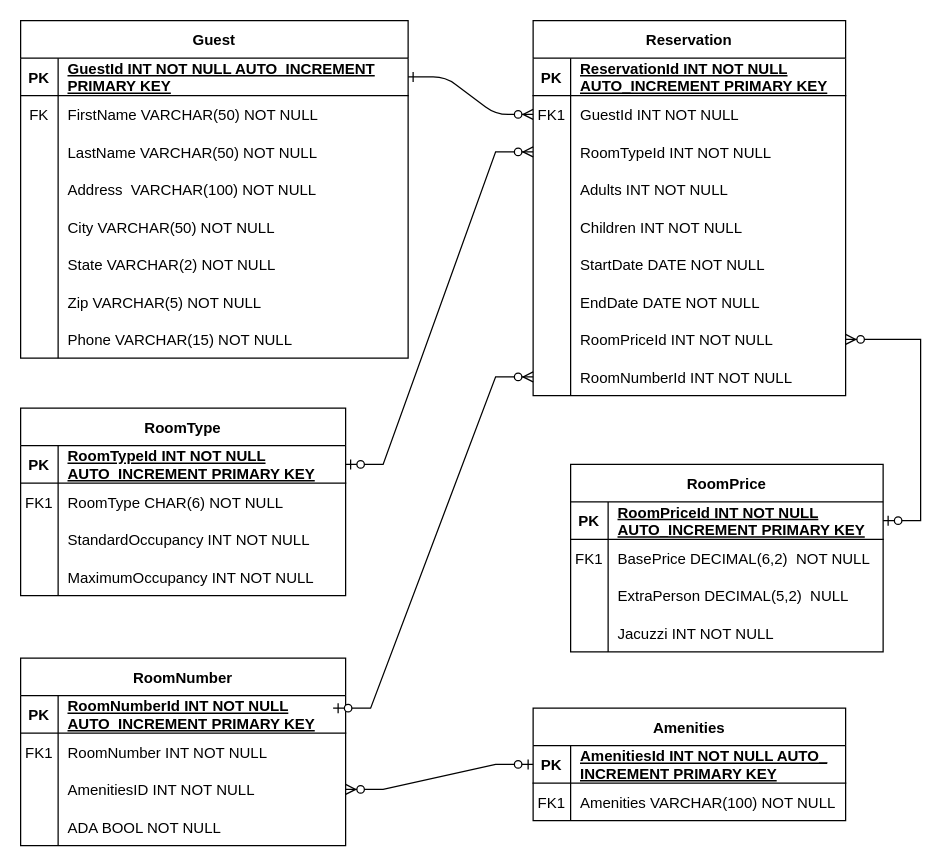
Earlier version of the draw.io diagram ERD_Hotel.drawio (adserk/c217_sql). Source tidied: cells renumbered, new cells numbered last; positions are measured from the earlier drawing's top-left corner, leaving out a move shared by most shapes. Both pictures are drawn from the tidied source at 125%, with x=0, y=0 at pixel (20, 20).
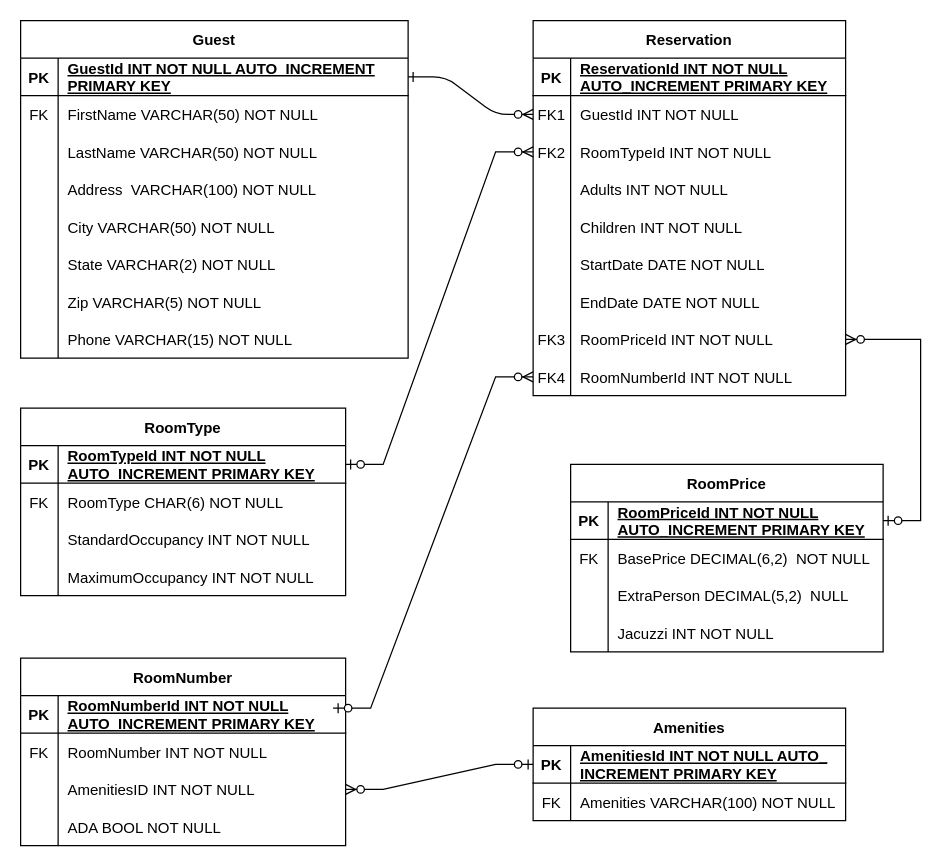
After the change.

The change refers to these unchanged cells:
```xml
<mxCell id="10" style="shape=partialRectangle;fillColor=none;points=[[0,0.5],[1,0.5]];portConstraint=eastwest;top=0;left=0;right=0;bottom=0;" parent="3" vertex="1">
  <mxGeometry y="90" width="250" height="30" as="geometry" />
</mxCell>
<mxCell id="25" style="shape=partialRectangle;fillColor=none;points=[[0,0.5],[1,0.5]];portConstraint=eastwest;top=0;left=0;right=0;bottom=0;" parent="3" vertex="1">
  <mxGeometry y="240" width="250" height="30" as="geometry" />
</mxCell>
<mxCell id="28" style="shape=partialRectangle;fillColor=none;points=[[0,0.5],[1,0.5]];portConstraint=eastwest;top=0;left=0;right=0;bottom=0;" parent="3" vertex="1">
  <mxGeometry y="270" width="250" height="30" as="geometry" />
</mxCell>
<mxCell id="35" style="shape=partialRectangle;fillColor=none;top=0;left=0;right=0;bottom=0;" parent="31" vertex="1">
  <mxGeometry y="60" width="250" height="30" as="geometry" />
</mxCell>
<mxCell id="74" style="shape=partialRectangle;fillColor=none;top=0;left=0;right=0;bottom=0;" parent="70" vertex="1">
  <mxGeometry y="60" width="260" height="30" as="geometry" />
</mxCell>
<mxCell id="87" style="shape=partialRectangle;fillColor=none;top=0;left=0;right=0;bottom=0;" parent="83" vertex="1">
  <mxGeometry y="60" width="260" height="30" as="geometry" />
</mxCell>
<mxCell id="100" style="shape=partialRectangle;fillColor=none;top=0;left=0;right=0;bottom=0;" parent="96" vertex="1">
  <mxGeometry y="60" width="250" height="30" as="geometry" />
</mxCell>
```

Diff of the diagram source:
```diff
@@
-    <mxCell id="11" style="shape=partialRectangle;overflow=hidden;fillColor=none;top=0;left=0;bottom=0;right=0;" parent="10" vertex="1">
+    <mxCell id="11" value="FK2" style="shape=partialRectangle;overflow=hidden;fillColor=none;top=0;left=0;bottom=0;right=0;" parent="10" vertex="1">
       <mxGeometry width="30" height="30" as="geometry" />
     </mxCell>
@@
-    <mxCell id="26" style="shape=partialRectangle;overflow=hidden;fillColor=none;top=0;left=0;bottom=0;right=0;" parent="25" vertex="1">
+    <mxCell id="26" value="FK3" style="shape=partialRectangle;overflow=hidden;fillColor=none;top=0;left=0;bottom=0;right=0;" parent="25" vertex="1">
       <mxGeometry width="30" height="30" as="geometry" />
     </mxCell>
@@
-    <mxCell id="29" style="shape=partialRectangle;overflow=hidden;fillColor=none;top=0;left=0;bottom=0;right=0;" parent="28" vertex="1">
+    <mxCell id="29" value="FK4" style="shape=partialRectangle;overflow=hidden;fillColor=none;top=0;left=0;bottom=0;right=0;" parent="28" vertex="1">
       <mxGeometry width="30" height="30" as="geometry" />
     </mxCell>
@@
-    <mxCell id="36" value="FK1" style="shape=partialRectangle;overflow=hidden;fillColor=none;top=0;left=0;bottom=0;right=0;" parent="35" vertex="1">
+    <mxCell id="36" value="FK" style="shape=partialRectangle;overflow=hidden;fillColor=none;top=0;left=0;bottom=0;right=0;" parent="35" vertex="1">
       <mxGeometry width="30" height="30" as="geometry" />
     </mxCell>
@@
-    <mxCell id="75" value="FK1" style="shape=partialRectangle;overflow=hidden;fillColor=none;top=0;left=0;bottom=0;right=0;" parent="74" vertex="1">
+    <mxCell id="75" value="FK" style="shape=partialRectangle;overflow=hidden;fillColor=none;top=0;left=0;bottom=0;right=0;" parent="74" vertex="1">
       <mxGeometry width="30" height="30" as="geometry" />
     </mxCell>
@@
-    <mxCell id="88" value="FK1" style="shape=partialRectangle;overflow=hidden;fillColor=none;top=0;left=0;bottom=0;right=0;" parent="87" vertex="1">
+    <mxCell id="88" value="FK" style="shape=partialRectangle;overflow=hidden;fillColor=none;top=0;left=0;bottom=0;right=0;" parent="87" vertex="1">
       <mxGeometry width="30" height="30" as="geometry" />
     </mxCell>
@@
-    <mxCell id="101" value="FK1" style="shape=partialRectangle;overflow=hidden;fillColor=none;top=0;left=0;bottom=0;right=0;" parent="100" vertex="1">
+    <mxCell id="101" value="FK" style="shape=partialRectangle;overflow=hidden;fillColor=none;top=0;left=0;bottom=0;right=0;" parent="100" vertex="1">
       <mxGeometry width="30" height="30" as="geometry" />
     </mxCell>
```
